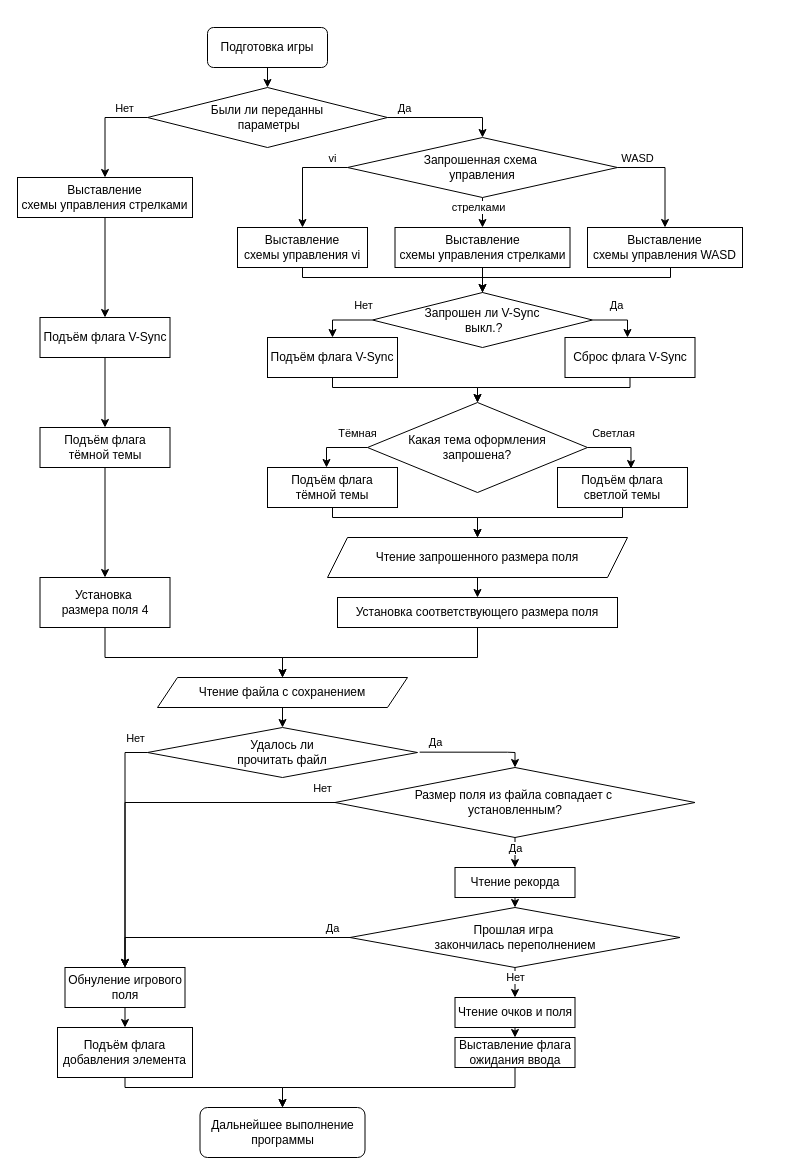
The draw.io diagram report/Установка параметров.drawio in zhigunovsemyon/2048, before the edit. Source tidied: cells renumbered, new cells numbered last; positions are measured from the earlier drawing's top-left corner, leaving out a move shared by most shapes. Both pictures are drawn from the tidied source at 100%, with x=0, y=0 at pixel (17, 27).
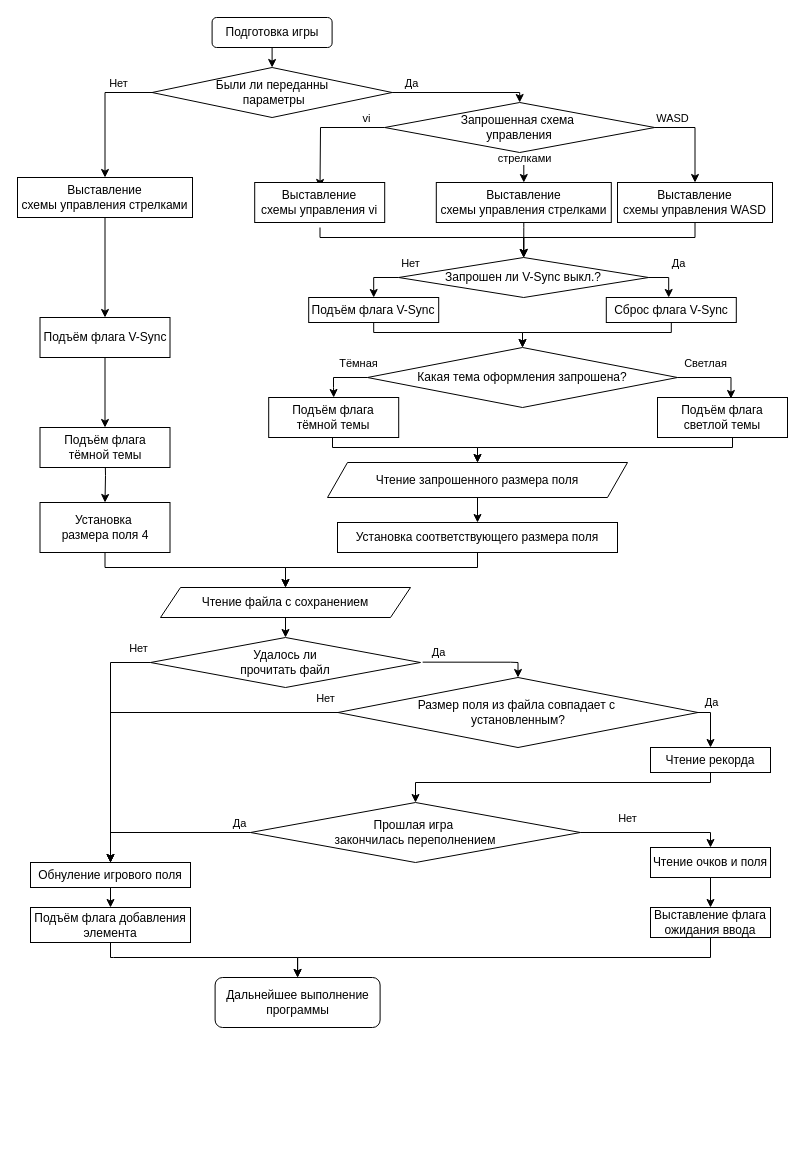
The same diagram, later.

Commit message (it also covers changes not shown here):
Сжал схему с параметрами игры

Unchanged cells that the change refers to:
```xml
<mxCell id="52" value="&lt;div&gt;Подъём флага&lt;/div&gt;&lt;div&gt;тёмной темы&lt;br&gt;&lt;/div&gt;" style="rounded=0;whiteSpace=wrap;html=1;" parent="1" vertex="1">
  <mxGeometry x="22.5" y="400" width="130" height="40" as="geometry" />
</mxCell>
```

Diff of the diagram source:
```diff
@@
     <mxCell id="3" value="Подготовка игры" style="rounded=1;whiteSpace=wrap;html=1;" parent="1" vertex="1">
-      <mxGeometry x="190" width="120" height="40" as="geometry" />
+      <mxGeometry x="194.6" y="-10" width="120" height="30" as="geometry" />
     </mxCell>
     <mxCell id="4" value="Дальнейшее выполнение программы" style="rounded=1;whiteSpace=wrap;html=1;" parent="1" vertex="1">
-      <mxGeometry x="182.5" y="1080" width="165" height="50" as="geometry" />
+      <mxGeometry x="197.6" y="950" width="165" height="50" as="geometry" />
     </mxCell>
-    <mxCell id="5" style="edgeStyle=orthogonalEdgeStyle;rounded=0;jettySize=auto;html=1;exitX=0;exitY=0.5;exitDx=0;exitDy=0;entryX=0.5;entryY=0;entryDx=0;entryDy=0;" parent="1" edge="1" source="11" target="13">
-      <mxGeometry relative="1" as="geometry" />
+    <mxCell id="5" style="edgeStyle=orthogonalEdgeStyle;rounded=0;jettySize=auto;html=1;exitX=0;exitY=0.5;exitDx=0;exitDy=0;entryX=0.5;entryY=0;entryDx=0;entryDy=0;" parent="1" edge="1" source="11">
+      <mxGeometry relative="1" as="geometry">
+        <mxPoint x="302.5" y="160" as="targetPoint" />
+      </mxGeometry>
     </mxCell>
@@
-    <mxCell id="9" style="edgeStyle=orthogonalEdgeStyle;rounded=0;jettySize=auto;html=1;exitX=0.5;exitY=1;exitDx=0;exitDy=0;" parent="1" edge="1" source="11">
-      <mxGeometry relative="1" as="geometry">
-        <mxPoint x="465" y="200" as="targetPoint" />
-      </mxGeometry>
+    <mxCell id="9" style="edgeStyle=orthogonalEdgeStyle;rounded=0;jettySize=auto;html=1;exitX=0.5;exitY=1;exitDx=0;exitDy=0;entryX=0.5;entryY=0;entryDx=0;entryDy=0;" parent="1" edge="1" source="11" target="46">
+      <mxGeometry relative="1" as="geometry" />
     </mxCell>
     <mxCell id="10" value="стрелками" style="edgeLabel;html=1;align=center;verticalAlign=middle;" parent="9" vertex="1">
       <mxGeometry x="-0.4" y="-2" relative="1" as="geometry">
-        <mxPoint x="-3" as="offset" />
+        <mxPoint x="2" as="offset" />
       </mxGeometry>
     </mxCell>
     <mxCell id="11" value="&lt;div&gt;Запрошенная схема&amp;nbsp;&lt;/div&gt;&lt;div&gt;управления&lt;/div&gt;" style="rhombus;whiteSpace=wrap;html=1;" parent="1" vertex="1">
-      <mxGeometry x="330" y="110" width="270" height="60" as="geometry" />
+      <mxGeometry x="367.2" y="75" width="270" height="50" as="geometry" />
     </mxCell>
-    <mxCell id="12" style="edgeStyle=orthogonalEdgeStyle;rounded=0;jettySize=auto;html=1;exitX=0.5;exitY=1;exitDx=0;exitDy=0;entryX=0.5;entryY=0;entryDx=0;entryDy=0;" parent="1" edge="1" source="13" target="22">
+    <mxCell id="12" style="edgeStyle=orthogonalEdgeStyle;rounded=0;jettySize=auto;html=1;exitX=0.5;exitY=1;exitDx=0;exitDy=0;entryX=0.5;entryY=0;entryDx=0;entryDy=0;" parent="1" edge="1" target="22">
       <mxGeometry relative="1" as="geometry">
+        <mxPoint x="302.5" y="200" as="sourcePoint" />
         <Array as="points">
-          <mxPoint x="285" y="250" />
-          <mxPoint x="465" y="250" />
+          <mxPoint x="303" y="210" />
+          <mxPoint x="506" y="210" />
+          <mxPoint x="506" y="230" />
         </Array>
       </mxGeometry>
     </mxCell>
     <mxCell id="13" value="&lt;div&gt;Выставление&lt;/div&gt;&lt;div&gt;схемы управления vi&lt;br&gt;&lt;/div&gt;" style="rounded=0;whiteSpace=wrap;html=1;" parent="1" vertex="1">
-      <mxGeometry x="220" y="200" width="130" height="40" as="geometry" />
+      <mxGeometry x="237.2" y="155" width="130" height="40" as="geometry" />
     </mxCell>
     <mxCell id="14" style="edgeStyle=orthogonalEdgeStyle;rounded=0;jettySize=auto;html=1;exitX=0.5;exitY=1;exitDx=0;exitDy=0;entryX=0.5;entryY=0;entryDx=0;entryDy=0;" parent="1" edge="1" source="46" target="22">
       <mxGeometry relative="1" as="geometry">
         <Array as="points">
-          <mxPoint x="465" y="290" />
-          <mxPoint x="465" y="290" />
+          <mxPoint x="506" y="200" />
+          <mxPoint x="506" y="200" />
         </Array>
       </mxGeometry>
     </mxCell>
-    <mxCell id="15" style="edgeStyle=orthogonalEdgeStyle;rounded=0;jettySize=auto;html=1;exitX=0.5;exitY=1;exitDx=0;exitDy=0;" parent="1" edge="1" source="16" target="22">
+    <mxCell id="15" style="edgeStyle=orthogonalEdgeStyle;rounded=0;jettySize=auto;html=1;exitX=0.5;exitY=1;exitDx=0;exitDy=0;entryX=0.5;entryY=0;entryDx=0;entryDy=0;" parent="1" edge="1" source="16" target="22">
       <mxGeometry relative="1" as="geometry">
         <Array as="points">
-          <mxPoint x="653" y="240" />
-          <mxPoint x="653" y="250" />
-          <mxPoint x="465" y="250" />
+          <mxPoint x="678" y="210" />
+          <mxPoint x="506" y="210" />
+          <mxPoint x="506" y="230" />
         </Array>
       </mxGeometry>
     </mxCell>
     <mxCell id="16" value="&lt;div&gt;Выставление&lt;/div&gt;&lt;div&gt;схемы управления WASD&lt;br&gt;&lt;/div&gt;" style="rounded=0;whiteSpace=wrap;html=1;" parent="1" vertex="1">
-      <mxGeometry x="570" y="200" width="155" height="40" as="geometry" />
+      <mxGeometry x="600" y="155" width="155" height="40" as="geometry" />
     </mxCell>
     <mxCell id="17" style="edgeStyle=orthogonalEdgeStyle;rounded=0;jettySize=auto;html=1;exitX=1;exitY=0.5;exitDx=0;exitDy=0;entryX=0.5;entryY=0;entryDx=0;entryDy=0;" parent="1" edge="1" source="21" target="11">
-      <mxGeometry relative="1" as="geometry" />
+      <mxGeometry relative="1" as="geometry">
+        <Array as="points">
+          <mxPoint x="502" y="65" />
+        </Array>
+      </mxGeometry>
     </mxCell>
@@
     <mxCell id="21" value="&lt;div&gt;Были ли переданны&lt;/div&gt;&lt;div&gt;&amp;nbsp;параметры&lt;/div&gt;" style="rhombus;whiteSpace=wrap;html=1;" parent="1" vertex="1">
-      <mxGeometry x="130" y="60" width="240" height="60" as="geometry" />
+      <mxGeometry x="134.6" y="40" width="240" height="50" as="geometry" />
     </mxCell>
-    <mxCell id="22" value="&lt;div&gt;Запрошен ли V-Sync&lt;br&gt;&lt;/div&gt;&amp;nbsp;выкл.?" style="rhombus;whiteSpace=wrap;html=1;" parent="1" vertex="1">
-      <mxGeometry x="355" y="265" width="220" height="55" as="geometry" />
+    <mxCell id="22" value="&lt;div&gt;Запрошен ли V-Sync&lt;span style=&quot;background-color: initial;&quot;&gt;&amp;nbsp;выкл.?&lt;/span&gt;&lt;/div&gt;" style="rhombus;whiteSpace=wrap;html=1;" parent="1" vertex="1">
+      <mxGeometry x="381.2" y="230" width="250" height="40" as="geometry" />
     </mxCell>
     <mxCell id="23" style="edgeStyle=orthogonalEdgeStyle;rounded=0;jettySize=auto;html=1;exitX=0.5;exitY=1;exitDx=0;exitDy=0;entryX=0.5;entryY=0;entryDx=0;entryDy=0;" parent="1" edge="1" source="24" target="31">
       <mxGeometry relative="1" as="geometry">
         <Array as="points">
-          <mxPoint x="315" y="360" />
-          <mxPoint x="460" y="360" />
+          <mxPoint x="356" y="305" />
+          <mxPoint x="505" y="305" />
         </Array>
       </mxGeometry>
     </mxCell>
     <mxCell id="24" value="Подъём флага V-Sync" style="rounded=0;whiteSpace=wrap;html=1;" parent="1" vertex="1">
-      <mxGeometry x="250" y="310" width="130" height="40" as="geometry" />
+      <mxGeometry x="291.2" y="270" width="130" height="25" as="geometry" />
     </mxCell>
     <mxCell id="25" style="edgeStyle=orthogonalEdgeStyle;rounded=0;jettySize=auto;html=1;exitX=0.5;exitY=1;exitDx=0;exitDy=0;entryX=0.5;entryY=0;entryDx=0;entryDy=0;" parent="1" edge="1" source="26" target="31">
       <mxGeometry relative="1" as="geometry">
         <Array as="points">
-          <mxPoint x="613" y="360" />
-          <mxPoint x="460" y="360" />
+          <mxPoint x="654" y="305" />
+          <mxPoint x="505" y="305" />
         </Array>
       </mxGeometry>
     </mxCell>
     <mxCell id="26" value="Сброс флага V-Sync" style="rounded=0;whiteSpace=wrap;html=1;" parent="1" vertex="1">
-      <mxGeometry x="547.5" y="310" width="130" height="40" as="geometry" />
+      <mxGeometry x="588.8" y="270" width="130" height="25" as="geometry" />
     </mxCell>
     <mxCell id="27" style="edgeStyle=orthogonalEdgeStyle;rounded=0;jettySize=auto;html=1;exitX=0;exitY=0.5;exitDx=0;exitDy=0;entryX=0.5;entryY=0;entryDx=0;entryDy=0;" parent="1" edge="1" source="22" target="24">
       <mxGeometry relative="1" as="geometry">
         <Array as="points">
-          <mxPoint x="315" y="292" />
+          <mxPoint x="356.2" y="250" />
         </Array>
       </mxGeometry>
     </mxCell>
     <mxCell id="28" value="Нет" style="edgeLabel;html=1;align=center;verticalAlign=middle;" parent="27" vertex="1">
       <mxGeometry x="-0.64" y="-3" relative="1" as="geometry">
-        <mxPoint y="-12" as="offset" />
+        <mxPoint x="19" y="-12" as="offset" />
       </mxGeometry>
     </mxCell>
     <mxCell id="29" style="edgeStyle=orthogonalEdgeStyle;rounded=0;jettySize=auto;html=1;exitX=1;exitY=0.5;exitDx=0;exitDy=0;" parent="1" edge="1" source="22" target="26">
       <mxGeometry relative="1" as="geometry">
         <Array as="points">
-          <mxPoint x="610" y="292" />
+          <mxPoint x="651.2" y="250" />
         </Array>
       </mxGeometry>
     </mxCell>
     <mxCell id="30" value="Да" style="edgeLabel;html=1;align=center;verticalAlign=middle;" parent="29" vertex="1">
       <mxGeometry x="-0.69" y="3" relative="1" as="geometry">
-        <mxPoint x="15" y="-12" as="offset" />
+        <mxPoint x="23" y="-12" as="offset" />
       </mxGeometry>
     </mxCell>
-    <mxCell id="31" value="&lt;div&gt;Какая тема оформления&lt;/div&gt;&lt;div&gt;запрошена?&lt;br&gt;&lt;/div&gt;" style="rhombus;whiteSpace=wrap;html=1;" parent="1" vertex="1">
-      <mxGeometry x="350" y="375" width="220" height="90" as="geometry" />
+    <mxCell id="31" value="&lt;div&gt;Какая тема оформления&amp;nbsp;&lt;span style=&quot;background-color: initial;&quot;&gt;запрошена?&lt;/span&gt;&lt;/div&gt;" style="rhombus;whiteSpace=wrap;html=1;" parent="1" vertex="1">
+      <mxGeometry x="350" y="320" width="310" height="60" as="geometry" />
     </mxCell>
     <mxCell id="32" style="edgeStyle=orthogonalEdgeStyle;rounded=0;jettySize=auto;html=1;exitX=0.5;exitY=1;exitDx=0;exitDy=0;entryX=0.5;entryY=0;entryDx=0;entryDy=0;" parent="1" edge="1" source="33" target="41">
       <mxGeometry relative="1" as="geometry">
         <Array as="points">
-          <mxPoint x="315" y="490" />
-          <mxPoint x="460" y="490" />
+          <mxPoint x="315" y="410" />
+          <mxPoint x="315" y="420" />
+          <mxPoint x="460" y="420" />
         </Array>
       </mxGeometry>
     </mxCell>
     <mxCell id="33" value="&lt;div&gt;Подъём флага&lt;/div&gt;&lt;div&gt;тёмной темы&lt;br&gt;&lt;/div&gt;" style="rounded=0;whiteSpace=wrap;html=1;" parent="1" vertex="1">
-      <mxGeometry x="250" y="440" width="130" height="40" as="geometry" />
+      <mxGeometry x="251.2" y="370" width="130" height="40" as="geometry" />
     </mxCell>
     <mxCell id="34" style="edgeStyle=orthogonalEdgeStyle;rounded=0;jettySize=auto;html=1;exitX=0.5;exitY=1;exitDx=0;exitDy=0;entryX=0.5;entryY=0;entryDx=0;entryDy=0;" parent="1" edge="1" source="35" target="41">
       <mxGeometry relative="1" as="geometry">
         <Array as="points">
-          <mxPoint x="605" y="490" />
-          <mxPoint x="460" y="490" />
+          <mxPoint x="715" y="410" />
+          <mxPoint x="715" y="420" />
+          <mxPoint x="460" y="420" />
         </Array>
       </mxGeometry>
     </mxCell>
     <mxCell id="35" value="&lt;div&gt;Подъём флага&lt;/div&gt;&lt;div&gt;светлой темы&lt;br&gt;&lt;/div&gt;" style="rounded=0;whiteSpace=wrap;html=1;" parent="1" vertex="1">
-      <mxGeometry x="540" y="440" width="130" height="40" as="geometry" />
+      <mxGeometry x="640" y="370" width="130" height="40" as="geometry" />
     </mxCell>
-    <mxCell id="36" style="edgeStyle=orthogonalEdgeStyle;rounded=0;jettySize=auto;html=1;exitX=0;exitY=0.5;exitDx=0;exitDy=0;entryX=0.454;entryY=0;entryDx=0;entryDy=0;entryPerimeter=0;" parent="1" edge="1" source="31" target="33">
+    <mxCell id="36" style="edgeStyle=orthogonalEdgeStyle;rounded=0;jettySize=auto;html=1;exitX=0;exitY=0.5;exitDx=0;exitDy=0;entryX=0.5;entryY=0;entryDx=0;entryDy=0;" parent="1" edge="1" source="31" target="33">
       <mxGeometry relative="1" as="geometry">
         <Array as="points">
-          <mxPoint x="309" y="420" />
+          <mxPoint x="316" y="350" />
+          <mxPoint x="316" y="360" />
         </Array>
       </mxGeometry>
     </mxCell>
@@
     <mxCell id="41" value="Чтение запрошенного размера поля" style="shape=parallelogram;perimeter=parallelogramPerimeter;whiteSpace=wrap;html=1;fixedSize=1;" parent="1" vertex="1">
-      <mxGeometry x="310" y="510" width="300" height="40" as="geometry" />
+      <mxGeometry x="310" y="435" width="300" height="35" as="geometry" />
     </mxCell>
-    <mxCell id="42" style="edgeStyle=orthogonalEdgeStyle;rounded=0;jettySize=auto;html=1;exitX=0.5;exitY=1;exitDx=0;exitDy=0;" parent="1" edge="1" source="43" target="45">
+    <mxCell id="42" style="edgeStyle=orthogonalEdgeStyle;rounded=0;jettySize=auto;html=1;exitX=0.5;exitY=1;exitDx=0;exitDy=0;entryX=0.5;entryY=0;entryDx=0;entryDy=0;" parent="1" edge="1" source="43" target="45">
       <mxGeometry relative="1" as="geometry">
         <Array as="points">
-          <mxPoint x="460" y="630" />
-          <mxPoint x="265" y="630" />
+          <mxPoint x="460" y="540" />
+          <mxPoint x="268" y="540" />
         </Array>
       </mxGeometry>
     </mxCell>
     <mxCell id="43" value="Установка соответствующего размера поля" style="rounded=0;whiteSpace=wrap;html=1;" parent="1" vertex="1">
-      <mxGeometry x="320" y="570" width="280" height="30" as="geometry" />
+      <mxGeometry x="320" y="495" width="280" height="30" as="geometry" />
     </mxCell>
@@
     <mxCell id="45" value="&lt;div&gt;Чтение файла с сохранением&lt;br&gt;&lt;/div&gt;" style="shape=parallelogram;perimeter=parallelogramPerimeter;whiteSpace=wrap;html=1;fixedSize=1;" parent="1" vertex="1">
-      <mxGeometry x="140" y="650" width="250" height="30" as="geometry" />
+      <mxGeometry x="143" y="560" width="250" height="30" as="geometry" />
     </mxCell>
     <mxCell id="46" value="&lt;div&gt;Выставление&lt;/div&gt;&lt;div&gt;схемы управления стрелками&lt;br&gt;&lt;/div&gt;" style="rounded=0;whiteSpace=wrap;html=1;" parent="1" vertex="1">
-      <mxGeometry x="377.5" y="200" width="175" height="40" as="geometry" />
+      <mxGeometry x="418.8" y="155" width="175" height="40" as="geometry" />
     </mxCell>
@@
-    <mxCell id="51" style="edgeStyle=orthogonalEdgeStyle;rounded=0;jettySize=auto;html=1;exitX=0.5;exitY=1;exitDx=0;exitDy=0;entryX=0.5;entryY=0;entryDx=0;entryDy=0;" parent="1" edge="1" source="52" target="54">
-      <mxGeometry relative="1" as="geometry" />
+    <mxCell id="51" style="edgeStyle=orthogonalEdgeStyle;rounded=0;jettySize=auto;html=1;exitX=0.5;exitY=1;exitDx=0;exitDy=0;entryX=0.5;entryY=0;entryDx=0;entryDy=0;" parent="1" edge="1" target="54">
+      <mxGeometry relative="1" as="geometry">
+        <mxPoint x="87.5" y="420" as="sourcePoint" />
+      </mxGeometry>
     </mxCell>
@@
     <mxCell id="53" style="edgeStyle=orthogonalEdgeStyle;rounded=0;jettySize=auto;html=1;exitX=0.5;exitY=1;exitDx=0;exitDy=0;entryX=0.5;entryY=0;entryDx=0;entryDy=0;" parent="1" edge="1" source="54" target="45">
       <mxGeometry relative="1" as="geometry">
         <Array as="points">
-          <mxPoint x="87" y="630" />
-          <mxPoint x="265" y="630" />
+          <mxPoint x="87" y="540" />
+          <mxPoint x="268" y="540" />
         </Array>
       </mxGeometry>
     </mxCell>
     <mxCell id="54" value="&lt;div&gt;Установка&amp;nbsp;&lt;/div&gt;&lt;div&gt;размера поля 4&lt;/div&gt;" style="rounded=0;whiteSpace=wrap;html=1;" parent="1" vertex="1">
-      <mxGeometry x="22.5" y="550" width="130" height="50" as="geometry" />
+      <mxGeometry x="22.5" y="475" width="130" height="50" as="geometry" />
     </mxCell>
@@
     <mxCell id="56" value="Обнуление игрового поля" style="rounded=0;whiteSpace=wrap;html=1;" parent="1" vertex="1">
-      <mxGeometry x="47.5" y="940" width="120" height="40" as="geometry" />
+      <mxGeometry x="13" y="835" width="160" height="25" as="geometry" />
     </mxCell>
     <mxCell id="57" style="edgeStyle=orthogonalEdgeStyle;rounded=0;jettySize=auto;html=1;exitX=1.008;exitY=0.493;exitDx=0;exitDy=0;exitPerimeter=0;entryX=0.5;entryY=0;entryDx=0;entryDy=0;" parent="1" edge="1" source="61" target="66">
       <mxGeometry relative="1" as="geometry">
         <Array as="points">
-          <mxPoint x="490" y="725" />
-          <mxPoint x="498" y="725" />
+          <mxPoint x="493" y="635" />
+          <mxPoint x="501" y="635" />
         </Array>
       </mxGeometry>
     </mxCell>
@@
     <mxCell id="61" value="&lt;div&gt;Удалось ли &lt;br&gt;&lt;/div&gt;&lt;div&gt;прочитать файл&lt;br&gt;&lt;/div&gt;" style="rhombus;whiteSpace=wrap;html=1;" parent="1" vertex="1">
-      <mxGeometry x="130" y="700" width="270" height="50" as="geometry" />
+      <mxGeometry x="133" y="610" width="270" height="50" as="geometry" />
     </mxCell>
-    <mxCell id="62" style="edgeStyle=orthogonalEdgeStyle;rounded=0;jettySize=auto;html=1;exitX=0.5;exitY=1;exitDx=0;exitDy=0;entryX=0.5;entryY=0;entryDx=0;entryDy=0;" parent="1" edge="1" source="66" target="75">
+    <mxCell id="62" style="edgeStyle=orthogonalEdgeStyle;rounded=0;jettySize=auto;html=1;exitX=1;exitY=0.5;exitDx=0;exitDy=0;entryX=0.5;entryY=0;entryDx=0;entryDy=0;" parent="1" edge="1" source="66" target="75">
       <mxGeometry relative="1" as="geometry" />
     </mxCell>
     <mxCell id="63" value="Да" style="edgeLabel;html=1;align=center;verticalAlign=middle;" parent="62" vertex="1">
-      <mxGeometry x="-0.31" relative="1" as="geometry" />
+      <mxGeometry x="-0.31" relative="1" as="geometry">
+        <mxPoint y="-14" as="offset" />
+      </mxGeometry>
     </mxCell>
@@
     <mxCell id="66" value="&lt;div&gt;Размер поля из файла совпадает с&amp;nbsp;&lt;/div&gt;&lt;div&gt;установленным?&lt;/div&gt;" style="rhombus;whiteSpace=wrap;html=1;" parent="1" vertex="1">
-      <mxGeometry x="317.5" y="740" width="360" height="70" as="geometry" />
+      <mxGeometry x="320.5" y="650" width="360" height="70" as="geometry" />
     </mxCell>
-    <mxCell id="67" style="edgeStyle=orthogonalEdgeStyle;rounded=0;jettySize=auto;html=1;exitX=0.5;exitY=1;exitDx=0;exitDy=0;" parent="1" edge="1" source="68" target="4">
+    <mxCell id="67" style="edgeStyle=orthogonalEdgeStyle;rounded=0;jettySize=auto;html=1;exitX=0.5;exitY=1;exitDx=0;exitDy=0;entryX=0.5;entryY=0;entryDx=0;entryDy=0;" parent="1" edge="1" source="68" target="4">
       <mxGeometry relative="1" as="geometry">
         <Array as="points">
-          <mxPoint x="108" y="1060" />
-          <mxPoint x="265" y="1060" />
+          <mxPoint x="96" y="930" />
+          <mxPoint x="280" y="930" />
+          <mxPoint x="280" y="950" />
         </Array>
       </mxGeometry>
     </mxCell>
     <mxCell id="68" value="Подъём флага добавления элемента" style="rounded=0;whiteSpace=wrap;html=1;" parent="1" vertex="1">
-      <mxGeometry x="40" y="1000" width="135" height="50" as="geometry" />
+      <mxGeometry x="13" y="880" width="160" height="35" as="geometry" />
     </mxCell>
-    <mxCell id="69" style="edgeStyle=orthogonalEdgeStyle;rounded=0;jettySize=auto;html=1;exitX=0.5;exitY=1;exitDx=0;exitDy=0;entryX=0.5;entryY=0;entryDx=0;entryDy=0;" parent="1" edge="1" source="73" target="79">
-      <mxGeometry relative="1" as="geometry" />
+    <mxCell id="69" style="edgeStyle=orthogonalEdgeStyle;rounded=0;jettySize=auto;html=1;exitX=1;exitY=0.5;exitDx=0;exitDy=0;entryX=0.5;entryY=0;entryDx=0;entryDy=0;" parent="1" edge="1" source="73" target="79">
+      <mxGeometry relative="1" as="geometry">
+        <Array as="points">
+          <mxPoint x="693" y="805" />
+        </Array>
+      </mxGeometry>
     </mxCell>
     <mxCell id="70" value="Нет" style="edgeLabel;html=1;align=center;verticalAlign=middle;" parent="69" vertex="1">
-      <mxGeometry x="-0.39" relative="1" as="geometry" />
+      <mxGeometry x="-0.39" relative="1" as="geometry">
+        <mxPoint x="2" y="-15" as="offset" />
+      </mxGeometry>
     </mxCell>
@@
     <mxCell id="73" value="&lt;div&gt;Прошлая игра&amp;nbsp;&lt;/div&gt;&lt;div&gt;закончилась переполнением&lt;/div&gt;" style="rhombus;whiteSpace=wrap;html=1;" parent="1" vertex="1">
-      <mxGeometry x="332.5" y="880" width="330" height="60" as="geometry" />
+      <mxGeometry x="233" y="775" width="330" height="60" as="geometry" />
     </mxCell>
     <mxCell id="74" style="edgeStyle=orthogonalEdgeStyle;rounded=0;jettySize=auto;html=1;exitX=0.5;exitY=1;exitDx=0;exitDy=0;entryX=0.5;entryY=0;entryDx=0;entryDy=0;" parent="1" edge="1" source="75" target="73">
-      <mxGeometry relative="1" as="geometry" />
+      <mxGeometry relative="1" as="geometry">
+        <Array as="points">
+          <mxPoint x="693" y="755" />
+          <mxPoint x="398" y="755" />
+        </Array>
+      </mxGeometry>
     </mxCell>
     <mxCell id="75" value="Чтение рекорда" style="rounded=0;whiteSpace=wrap;html=1;" parent="1" vertex="1">
-      <mxGeometry x="437.5" y="840" width="120" height="30" as="geometry" />
+      <mxGeometry x="633" y="720" width="120" height="25" as="geometry" />
     </mxCell>
     <mxCell id="76" style="edgeStyle=orthogonalEdgeStyle;rounded=0;jettySize=auto;html=1;exitX=0.5;exitY=1;exitDx=0;exitDy=0;entryX=0.5;entryY=0;entryDx=0;entryDy=0;" parent="1" edge="1" source="77" target="4">
       <mxGeometry relative="1" as="geometry">
         <Array as="points">
-          <mxPoint x="498" y="1060" />
-          <mxPoint x="265" y="1060" />
+          <mxPoint x="693" y="930" />
+          <mxPoint x="280" y="930" />
+          <mxPoint x="280" y="950" />
         </Array>
       </mxGeometry>
     </mxCell>
     <mxCell id="77" value="&lt;div&gt;Выставление флага &lt;br&gt;&lt;/div&gt;&lt;div&gt;ожидания ввода&lt;br&gt;&lt;/div&gt;" style="rounded=0;whiteSpace=wrap;html=1;" parent="1" vertex="1">
-      <mxGeometry x="437.5" y="1010" width="120" height="30" as="geometry" />
+      <mxGeometry x="633" y="880" width="120" height="30" as="geometry" />
     </mxCell>
@@
     <mxCell id="79" value="Чтение очков и поля" style="rounded=0;whiteSpace=wrap;html=1;" parent="1" vertex="1">
-      <mxGeometry x="437.5" y="970" width="120" height="30" as="geometry" />
+      <mxGeometry x="633" y="820" width="120" height="30" as="geometry" />
     </mxCell>
```
